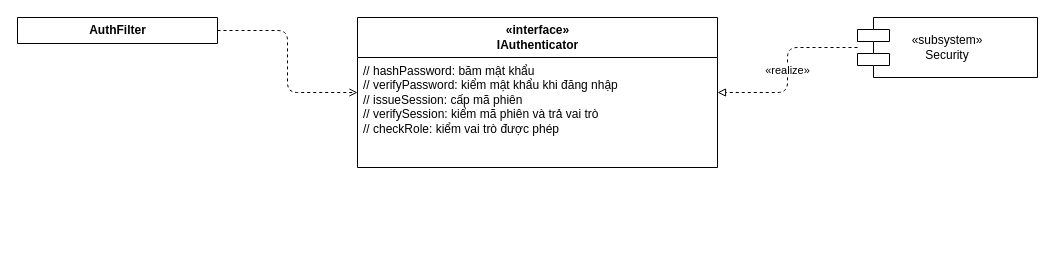
luytbq/app-dat-ve-xem-phim keeps this draw.io diagram as page "P10-subsystem-context-SS-05" (5 of 5) of design/diagrams/P10-subsystem-context.drawio. Above is the earlier version. Source tidied: cells renumbered, new cells numbered last; positions are measured from the earlier drawing's top-left corner, leaving out a move shared by most shapes. Both pictures are drawn from the tidied source at 100%, with x=0, y=0 at pixel (17, 17).
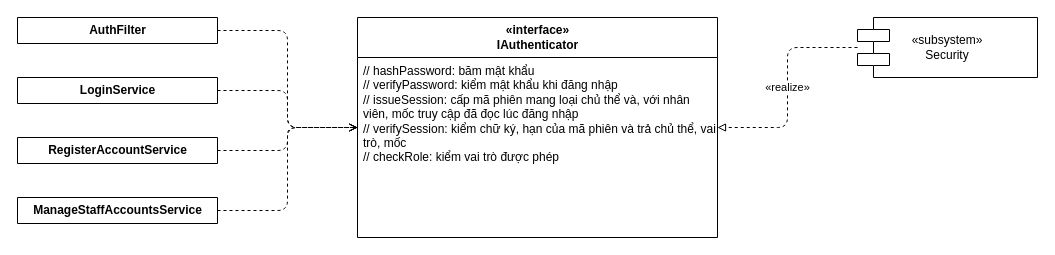
The same page after the edit.

Diff of the diagram source:
```diff
@@
 <mxGraphModel>
   <root>
     <mxCell id="0" />
     <mxCell id="1" parent="0" />
     <mxCell id="2" value="AuthFilter" style="swimlane;fontStyle=1;align=center;horizontal=1;startSize=26;html=1;" parent="1" vertex="1">
       <mxGeometry width="200" height="26" as="geometry" />
     </mxCell>
+    <mxCell id="8" value="LoginService" style="swimlane;fontStyle=1;align=center;horizontal=1;startSize=26;html=1;" parent="1" vertex="1">
+      <mxGeometry y="60" width="200" height="26" as="geometry" />
+    </mxCell>
+    <mxCell id="9" value="RegisterAccountService" style="swimlane;fontStyle=1;align=center;horizontal=1;startSize=26;html=1;" parent="1" vertex="1">
+      <mxGeometry y="120" width="200" height="26" as="geometry" />
+    </mxCell>
+    <mxCell id="10" value="ManageStaffAccountsService" style="swimlane;fontStyle=1;align=center;horizontal=1;startSize=26;html=1;" parent="1" vertex="1">
+      <mxGeometry y="180" width="200" height="26" as="geometry" />
+    </mxCell>
     <mxCell id="3" value="«interface»&lt;br&gt;IAuthenticator" style="swimlane;fontStyle=1;align=center;horizontal=1;startSize=40;html=1;" parent="1" vertex="1">
-      <mxGeometry x="340" width="360" height="150" as="geometry" />
+      <mxGeometry x="340" width="360" height="220" as="geometry" />
     </mxCell>
-    <mxCell id="4" value="// hashPassword: băm mật khẩu&lt;br&gt;// verifyPassword: kiểm mật khẩu khi đăng nhập&lt;br&gt;// issueSession: cấp mã phiên&lt;br&gt;// verifySession: kiểm mã phiên và trả vai trò&lt;br&gt;// checkRole: kiểm vai trò được phép" style="text;strokeColor=none;fillColor=none;align=left;verticalAlign=top;spacingLeft=4;whiteSpace=wrap;html=1;" parent="3" vertex="1">
-      <mxGeometry y="40" width="360" height="110" as="geometry" />
+    <mxCell id="4" value="// hashPassword: băm mật khẩu&lt;br&gt;// verifyPassword: kiểm mật khẩu khi đăng nhập&lt;br&gt;// issueSession: cấp mã phiên mang loại chủ thể và, với nhân viên, mốc truy cập đã đọc lúc đăng nhập&lt;br&gt;// verifySession: kiểm chữ ký, hạn của mã phiên và trả chủ thể, vai trò, mốc&lt;br&gt;// checkRole: kiểm vai trò được phép" style="text;strokeColor=none;fillColor=none;align=left;verticalAlign=top;spacingLeft=4;whiteSpace=wrap;html=1;" parent="3" vertex="1">
+      <mxGeometry y="40" width="360" height="180" as="geometry" />
     </mxCell>
     <mxCell id="5" value="«subsystem»&lt;br&gt;Security" style="shape=component;whiteSpace=wrap;html=1;" parent="1" vertex="1">
       <mxGeometry x="840" width="180" height="60" as="geometry" />
     </mxCell>
     <mxCell id="6" value="«realize»" style="edgeStyle=orthogonalEdgeStyle;endArrow=block;endFill=0;dashed=1;html=1;" parent="1" edge="1" source="5" target="3">
       <mxGeometry relative="1" as="geometry" />
     </mxCell>
     <mxCell id="7" style="edgeStyle=orthogonalEdgeStyle;endArrow=open;dashed=1;html=1;" parent="1" edge="1" source="2" target="3">
       <mxGeometry relative="1" as="geometry" />
     </mxCell>
+    <mxCell id="11" style="edgeStyle=orthogonalEdgeStyle;endArrow=open;dashed=1;html=1;" parent="1" edge="1" source="8" target="3">
+      <mxGeometry relative="1" as="geometry" />
+    </mxCell>
+    <mxCell id="12" style="edgeStyle=orthogonalEdgeStyle;endArrow=open;dashed=1;html=1;" parent="1" edge="1" source="9" target="3">
+      <mxGeometry relative="1" as="geometry" />
+    </mxCell>
+    <mxCell id="13" style="edgeStyle=orthogonalEdgeStyle;endArrow=open;dashed=1;html=1;" parent="1" edge="1" source="10" target="3">
+      <mxGeometry relative="1" as="geometry" />
+    </mxCell>
   </root>
 </mxGraphModel>
```
